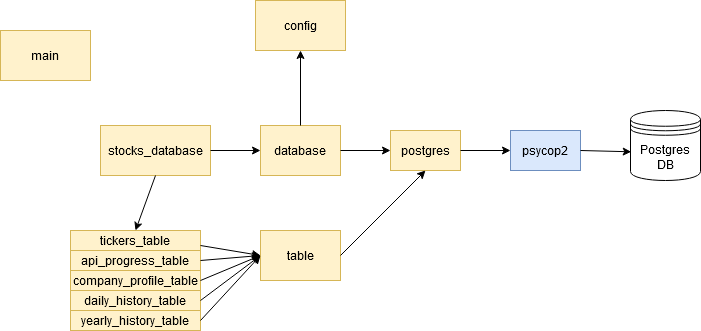
Earlier version of the draw.io export docs/stocks_architecture.png (ryukaider/stocks). Source tidied: cells renumbered, new cells last; positions are measured from the earlier drawing's top-left corner, leaving out a move shared by most shapes.
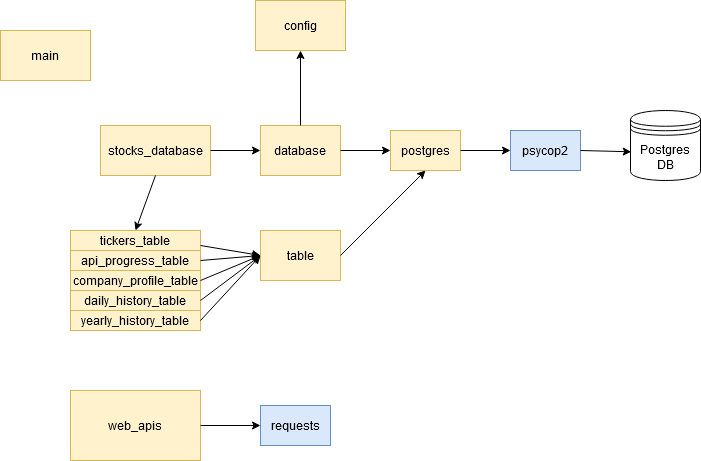
After the change.

Commit message:
Remove unneeded dependencies from web apis (#42)

What changed in the source:
```diff
@@ -85,5 +85,14 @@
     <mxCell id="26" style="endArrow=classic;html=1;exitX=0.5;exitY=1;exitDx=0;exitDy=0;entryX=0.5;entryY=0;entryDx=0;entryDy=0;" parent="1" edge="1" source="24" target="13">
       <mxGeometry relative="1" as="geometry" />
     </mxCell>
+    <mxCell id="27" value="web_apis" style="rounded=0;whiteSpace=wrap;html=1;fillColor=#fff2cc;strokeColor=#d6b656;" parent="1" vertex="1">
+      <mxGeometry x="70" y="390" width="130" height="70" as="geometry" />
+    </mxCell>
+    <mxCell id="28" value="requests" style="rounded=0;whiteSpace=wrap;html=1;fillColor=#dae8fc;strokeColor=#6c8ebf;" parent="1" vertex="1">
+      <mxGeometry x="260" y="405" width="70" height="40" as="geometry" />
+    </mxCell>
+    <mxCell id="29" style="endArrow=classic;html=1;exitX=1;exitY=0.5;exitDx=0;exitDy=0;entryX=0;entryY=0.5;entryDx=0;entryDy=0;" parent="1" edge="1" source="27" target="28">
+      <mxGeometry relative="1" as="geometry" />
+    </mxCell>
   </root>
 </mxGraphModel>
```
